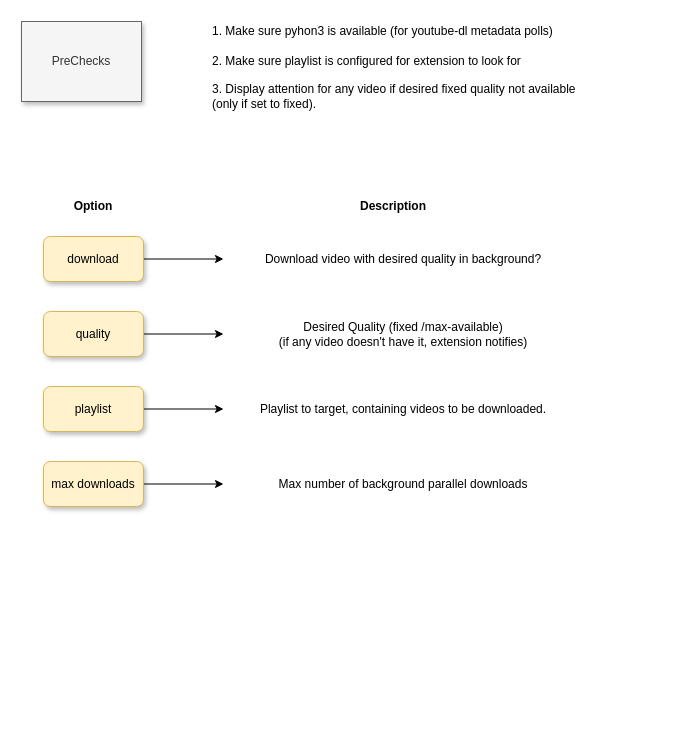
The draw.io diagram ytcache/presentation/assets/ytcache-extension-options.drawio in Animeshz/archives-public, before the edit. Source tidied: cells renumbered, new cells numbered last; positions are measured from the earlier drawing's top-left corner, leaving out a move shared by most shapes. Both pictures are drawn from the tidied source at 100%, with x=0, y=0 at pixel (21, 21).
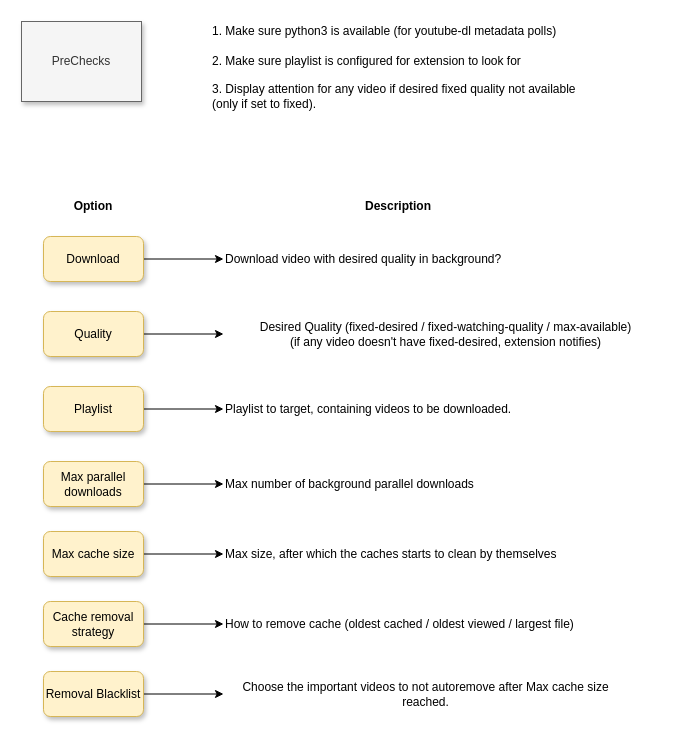
After the change.

Commit message (it also covers changes not shown here):
[ytcache] update flowcharts

The edit, as a diff of the source:
```diff
@@
-    <mxCell id="4" value="download" style="rounded=1;whiteSpace=wrap;html=1;shadow=1;labelBackgroundColor=none;fillColor=#fff2cc;strokeColor=#d6b656;" parent="1" vertex="1">
+    <mxCell id="4" value="Download" style="rounded=1;whiteSpace=wrap;html=1;shadow=1;labelBackgroundColor=none;fillColor=#fff2cc;strokeColor=#d6b656;" parent="1" vertex="1">
       <mxGeometry x="22" y="215" width="100" height="45" as="geometry" />
     </mxCell>
-    <mxCell id="5" value="Download video with desired quality in background?" style="text;html=1;strokeColor=none;fillColor=none;align=center;verticalAlign=middle;whiteSpace=wrap;rounded=0;" parent="1" vertex="1">
+    <mxCell id="5" value="Download video with desired quality in background?" style="text;html=1;strokeColor=none;fillColor=none;align=left;verticalAlign=middle;whiteSpace=wrap;rounded=0;" parent="1" vertex="1">
       <mxGeometry x="202" y="224" width="360" height="27" as="geometry" />
     </mxCell>
-    <mxCell id="6" value="Description" style="text;html=1;strokeColor=none;fillColor=none;align=center;verticalAlign=middle;whiteSpace=wrap;rounded=0;fontStyle=1;" parent="1" vertex="1">
+    <mxCell id="6" value="Description" style="text;html=1;strokeColor=none;fillColor=none;align=left;verticalAlign=middle;whiteSpace=wrap;rounded=0;fontStyle=1;" parent="1" vertex="1">
       <mxGeometry x="342" y="170" width="60" height="30" as="geometry" />
     </mxCell>
@@
-    <mxCell id="8" value="quality" style="rounded=1;whiteSpace=wrap;html=1;shadow=1;labelBackgroundColor=none;fillColor=#fff2cc;strokeColor=#d6b656;" parent="1" vertex="1">
+    <mxCell id="8" value="Quality" style="rounded=1;whiteSpace=wrap;html=1;shadow=1;labelBackgroundColor=none;fillColor=#fff2cc;strokeColor=#d6b656;" parent="1" vertex="1">
       <mxGeometry x="22" y="290" width="100" height="45" as="geometry" />
     </mxCell>
-    <mxCell id="9" value="Desired Quality (fixed /max-available)&lt;br&gt;(if any video doesn't have it, extension notifies)" style="text;html=1;strokeColor=none;fillColor=none;align=center;verticalAlign=middle;whiteSpace=wrap;rounded=0;" parent="1" vertex="1">
-      <mxGeometry x="202" y="290" width="360" height="45" as="geometry" />
+    <mxCell id="9" value="Desired Quality (fixed-desired / fixed-watching-quality / max-available)&lt;br&gt;(if any video doesn't have fixed-desired, extension notifies)" style="text;html=1;strokeColor=none;fillColor=none;align=center;verticalAlign=middle;whiteSpace=wrap;rounded=0;" parent="1" vertex="1">
+      <mxGeometry x="202" y="290" width="445" height="45" as="geometry" />
     </mxCell>
@@
-    <mxCell id="11" value="playlist" style="rounded=1;whiteSpace=wrap;html=1;shadow=1;labelBackgroundColor=none;fillColor=#fff2cc;strokeColor=#d6b656;" parent="1" vertex="1">
+    <mxCell id="11" value="Playlist" style="rounded=1;whiteSpace=wrap;html=1;shadow=1;labelBackgroundColor=none;fillColor=#fff2cc;strokeColor=#d6b656;" parent="1" vertex="1">
       <mxGeometry x="22" y="365" width="100" height="45" as="geometry" />
     </mxCell>
-    <mxCell id="12" value="Playlist to target, containing videos to be downloaded." style="text;html=1;strokeColor=none;fillColor=none;align=center;verticalAlign=middle;whiteSpace=wrap;rounded=0;" parent="1" vertex="1">
+    <mxCell id="12" value="Playlist to target, containing videos to be downloaded." style="text;html=1;strokeColor=none;fillColor=none;align=left;verticalAlign=middle;whiteSpace=wrap;rounded=0;" parent="1" vertex="1">
       <mxGeometry x="202" y="374" width="360" height="27" as="geometry" />
     </mxCell>
@@
-    <mxCell id="14" value="1. Make sure pyhon3 is available (for youtube-dl metadata polls)" style="text;html=1;strokeColor=none;fillColor=none;align=left;verticalAlign=middle;whiteSpace=wrap;rounded=0;spacing=6;" parent="1" vertex="1">
-      <mxGeometry x="185" width="400" height="20" as="geometry" />
+    <mxCell id="14" value="1. Make sure python3 is available (for youtube-dl metadata polls)" style="text;html=1;strokeColor=none;fillColor=none;align=left;verticalAlign=middle;whiteSpace=wrap;rounded=0;spacing=6;" parent="1" vertex="1">
+      <mxGeometry x="185" width="412" height="20" as="geometry" />
     </mxCell>
@@
-    <mxCell id="18" value="max downloads" style="rounded=1;whiteSpace=wrap;html=1;shadow=1;labelBackgroundColor=none;fillColor=#fff2cc;strokeColor=#d6b656;" parent="1" vertex="1">
+    <mxCell id="18" value="Max parallel downloads" style="rounded=1;whiteSpace=wrap;html=1;shadow=1;labelBackgroundColor=none;fillColor=#fff2cc;strokeColor=#d6b656;" parent="1" vertex="1">
       <mxGeometry x="22" y="440" width="100" height="45" as="geometry" />
     </mxCell>
-    <mxCell id="19" value="Max number of background parallel downloads" style="text;html=1;strokeColor=none;fillColor=none;align=center;verticalAlign=middle;whiteSpace=wrap;rounded=0;" parent="1" vertex="1">
+    <mxCell id="19" value="Max number of background parallel downloads" style="text;html=1;strokeColor=none;fillColor=none;align=left;verticalAlign=middle;whiteSpace=wrap;rounded=0;" parent="1" vertex="1">
       <mxGeometry x="202" y="449" width="360" height="27" as="geometry" />
     </mxCell>
+    <mxCell id="20" style="edgeStyle=orthogonalEdgeStyle;rounded=0;jettySize=auto;html=1;" parent="1" edge="1" source="21" target="22">
+      <mxGeometry relative="1" as="geometry" />
+    </mxCell>
+    <mxCell id="21" value="Max cache size" style="rounded=1;whiteSpace=wrap;html=1;shadow=1;labelBackgroundColor=none;fillColor=#fff2cc;strokeColor=#d6b656;" parent="1" vertex="1">
+      <mxGeometry x="22" y="510" width="100" height="45" as="geometry" />
+    </mxCell>
+    <mxCell id="22" value="Max size, after which the caches starts to clean by themselves" style="text;html=1;strokeColor=none;fillColor=none;align=left;verticalAlign=middle;whiteSpace=wrap;rounded=0;" parent="1" vertex="1">
+      <mxGeometry x="202" y="519" width="385" height="27" as="geometry" />
+    </mxCell>
+    <mxCell id="23" style="edgeStyle=orthogonalEdgeStyle;rounded=0;jettySize=auto;html=1;" parent="1" edge="1" source="24" target="25">
+      <mxGeometry relative="1" as="geometry" />
+    </mxCell>
+    <mxCell id="24" value="Cache removal strategy" style="rounded=1;whiteSpace=wrap;html=1;shadow=1;labelBackgroundColor=none;fillColor=#fff2cc;strokeColor=#d6b656;" parent="1" vertex="1">
+      <mxGeometry x="22" y="580" width="100" height="45" as="geometry" />
+    </mxCell>
+    <mxCell id="25" value="How to remove cache (oldest cached / oldest viewed / largest file)" style="text;html=1;strokeColor=none;fillColor=none;align=left;verticalAlign=middle;whiteSpace=wrap;rounded=0;" parent="1" vertex="1">
+      <mxGeometry x="202" y="589" width="405" height="27" as="geometry" />
+    </mxCell>
+    <mxCell id="26" style="edgeStyle=orthogonalEdgeStyle;rounded=0;jettySize=auto;html=1;" parent="1" edge="1" source="27" target="28">
+      <mxGeometry relative="1" as="geometry" />
+    </mxCell>
+    <mxCell id="27" value="Removal Blacklist" style="rounded=1;whiteSpace=wrap;html=1;shadow=1;labelBackgroundColor=none;fillColor=#fff2cc;strokeColor=#d6b656;" parent="1" vertex="1">
+      <mxGeometry x="22" y="650" width="100" height="45" as="geometry" />
+    </mxCell>
+    <mxCell id="28" value="Choose the important videos to not autoremove after Max cache size reached." style="text;html=1;strokeColor=none;fillColor=none;align=center;verticalAlign=middle;whiteSpace=wrap;rounded=0;" parent="1" vertex="1">
+      <mxGeometry x="202" y="659" width="405" height="27" as="geometry" />
+    </mxCell>
```
